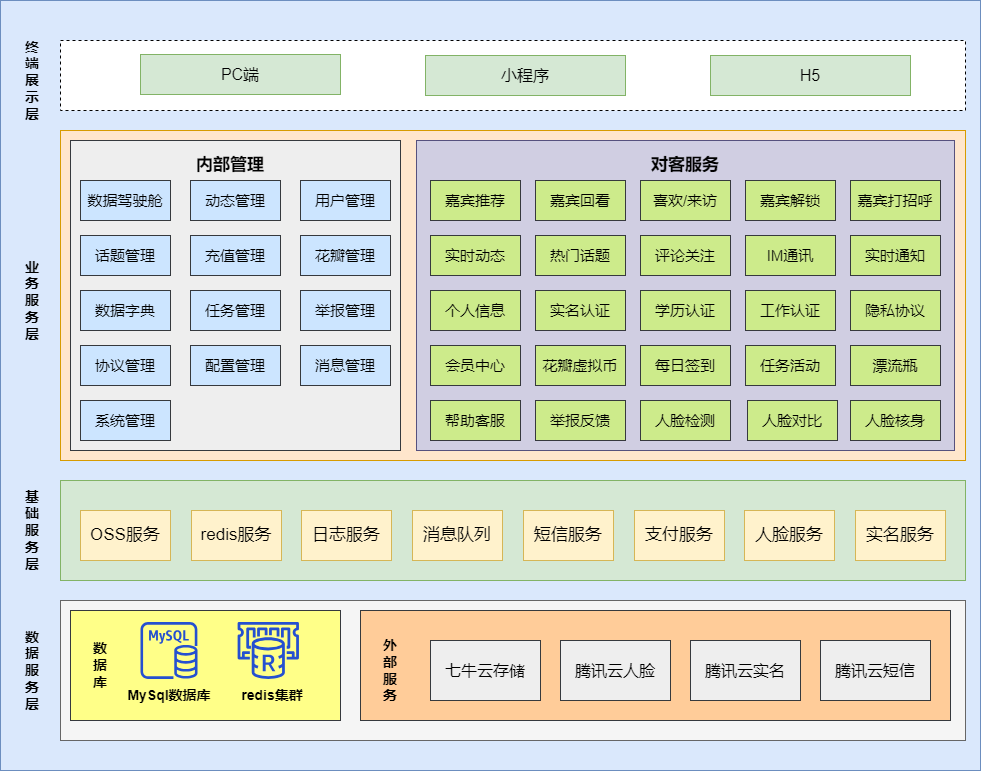
Earlier version of the draw.io export images/love-main.png (liuwei1993/linfeng). Source tidied: cells renumbered, new cells last; positions are measured from the earlier drawing's top-left corner, leaving out a move shared by most shapes.
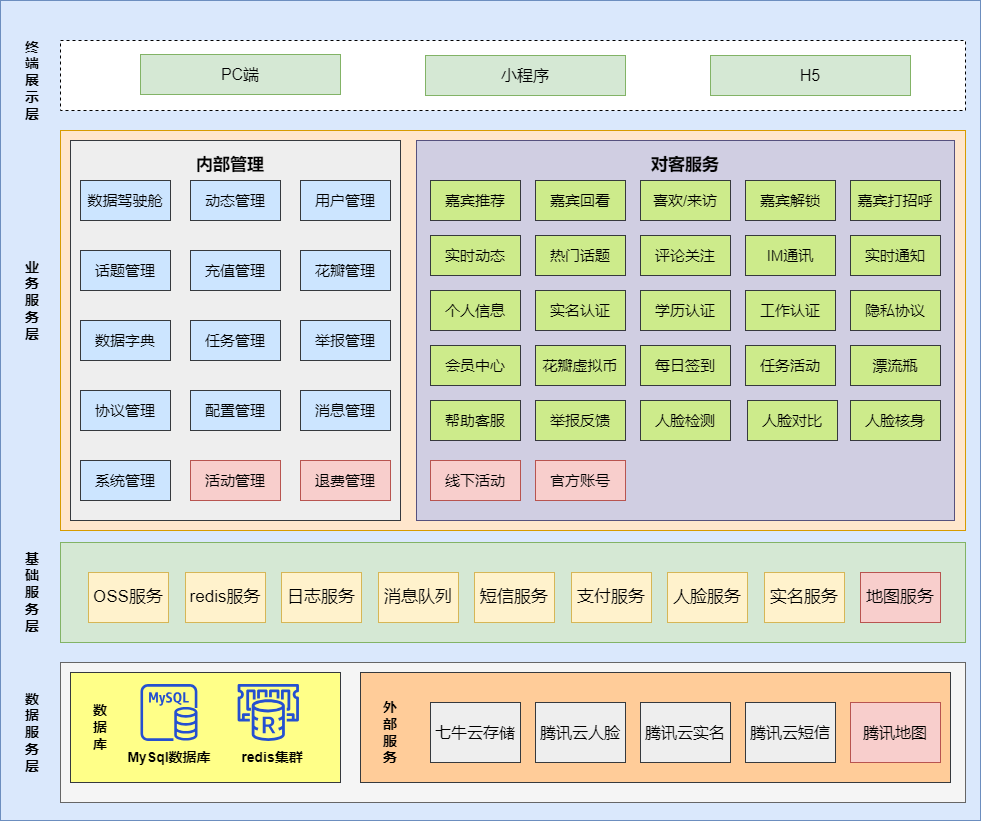
Later version of the same file.

The edit, as a diff of the source:
```diff
@@ -3,13 +3,13 @@
     <mxCell id="0" />
     <mxCell id="1" parent="0" />
     <mxCell id="2" style="rounded=0;whiteSpace=wrap;html=1;fillColor=#dae8fc;strokeColor=#6c8ebf;" parent="1" vertex="1">
-      <mxGeometry width="980" height="770" as="geometry" />
+      <mxGeometry width="980" height="820" as="geometry" />
     </mxCell>
     <mxCell id="3" style="rounded=0;whiteSpace=wrap;html=1;fillColor=#ffe6cc;strokeColor=#d79b00;labelBackgroundColor=none;" parent="1" vertex="1">
-      <mxGeometry x="60" y="130" width="905" height="330" as="geometry" />
+      <mxGeometry x="60" y="130" width="905" height="400" as="geometry" />
     </mxCell>
     <mxCell id="4" style="rounded=0;whiteSpace=wrap;html=1;fillColor=#d0cee2;strokeColor=#56517e;" parent="1" vertex="1">
-      <mxGeometry x="416" y="140" width="538" height="310" as="geometry" />
+      <mxGeometry x="416" y="140" width="538" height="380" as="geometry" />
     </mxCell>
     <mxCell id="5" style="rounded=0;whiteSpace=wrap;html=1;dashed=1;" parent="1" vertex="1">
       <mxGeometry x="60" y="40" width="905" height="70" as="geometry" />
@@ -30,10 +30,10 @@
       <mxGeometry x="22" y="285" width="20" height="30" as="geometry" />
     </mxCell>
     <mxCell id="11" value="&lt;div style=&quot;&quot;&gt;&lt;br&gt;&lt;/div&gt;" style="rounded=0;whiteSpace=wrap;html=1;fillColor=#eeeeee;strokeColor=#36393d;align=right;" parent="1" vertex="1">
-      <mxGeometry x="70" y="140" width="330" height="310" as="geometry" />
+      <mxGeometry x="70" y="140" width="330" height="380" as="geometry" />
     </mxCell>
     <mxCell id="12" value="花瓣管理" style="rounded=0;whiteSpace=wrap;html=1;fillColor=#cce5ff;strokeColor=#36393d;fontColor=default;labelBackgroundColor=none;fontSize=15;" parent="1" vertex="1">
-      <mxGeometry x="300" y="235" width="90" height="40" as="geometry" />
+      <mxGeometry x="300" y="250" width="90" height="40" as="geometry" />
     </mxCell>
     <mxCell id="13" value="&lt;font style=&quot;font-size: 17px;&quot;&gt;内部管理&lt;/font&gt;" style="text;strokeColor=none;align=center;fillColor=none;html=1;verticalAlign=middle;whiteSpace=wrap;rounded=0;fontColor=default;fontStyle=1;" parent="1" vertex="1">
       <mxGeometry x="190" y="150" width="80" height="30" as="geometry" />
@@ -42,28 +42,28 @@
       <mxGeometry x="190" y="180" width="90" height="40" as="geometry" />
     </mxCell>
     <mxCell id="15" value="话题管理" style="rounded=0;whiteSpace=wrap;html=1;fillColor=#cce5ff;strokeColor=#36393d;fontColor=default;labelBackgroundColor=none;fontSize=15;flipV=0;" parent="1" vertex="1">
-      <mxGeometry x="80" y="235" width="90" height="40" as="geometry" />
+      <mxGeometry x="80" y="250" width="90" height="40" as="geometry" />
     </mxCell>
     <mxCell id="16" value="用户管理" style="rounded=0;whiteSpace=wrap;html=1;fillColor=#cce5ff;strokeColor=#36393d;fontColor=default;labelBackgroundColor=none;fontSize=15;" parent="1" vertex="1">
       <mxGeometry x="300" y="180" width="90" height="40" as="geometry" />
     </mxCell>
     <mxCell id="17" value="任务管理" style="rounded=0;whiteSpace=wrap;html=1;fillColor=#cce5ff;strokeColor=#36393d;fontColor=default;labelBackgroundColor=none;fontSize=15;" parent="1" vertex="1">
-      <mxGeometry x="190" y="290" width="90" height="40" as="geometry" />
+      <mxGeometry x="190" y="320" width="90" height="40" as="geometry" />
     </mxCell>
     <mxCell id="18" value="配置管理" style="rounded=0;whiteSpace=wrap;html=1;fillColor=#cce5ff;strokeColor=#36393d;fontColor=default;labelBackgroundColor=none;fontSize=15;" parent="1" vertex="1">
-      <mxGeometry x="190" y="345" width="90" height="40" as="geometry" />
+      <mxGeometry x="190" y="390" width="90" height="40" as="geometry" />
     </mxCell>
     <mxCell id="19" value="系统管理" style="rounded=0;whiteSpace=wrap;html=1;fillColor=#cce5ff;strokeColor=#36393d;fontColor=default;labelBackgroundColor=none;fontSize=15;flipV=0;" parent="1" vertex="1">
-      <mxGeometry x="80" y="400" width="90" height="40" as="geometry" />
+      <mxGeometry x="80" y="460" width="90" height="40" as="geometry" />
     </mxCell>
     <mxCell id="20" value="消息管理" style="rounded=0;whiteSpace=wrap;html=1;fillColor=#cce5ff;strokeColor=#36393d;fontColor=default;labelBackgroundColor=none;fontSize=15;" parent="1" vertex="1">
-      <mxGeometry x="300" y="345" width="90" height="40" as="geometry" />
+      <mxGeometry x="300" y="390" width="90" height="40" as="geometry" />
     </mxCell>
     <mxCell id="21" value="举报管理" style="rounded=0;whiteSpace=wrap;html=1;fillColor=#cce5ff;strokeColor=#36393d;fontColor=default;labelBackgroundColor=none;fontSize=15;" parent="1" vertex="1">
-      <mxGeometry x="300" y="290" width="90" height="40" as="geometry" />
+      <mxGeometry x="300" y="320" width="90" height="40" as="geometry" />
     </mxCell>
     <mxCell id="22" value="充值管理" style="rounded=0;whiteSpace=wrap;html=1;fillColor=#cce5ff;strokeColor=#36393d;fontColor=default;labelBackgroundColor=none;fontSize=15;" parent="1" vertex="1">
-      <mxGeometry x="190" y="235" width="90" height="40" as="geometry" />
+      <mxGeometry x="190" y="250" width="90" height="40" as="geometry" />
     </mxCell>
     <mxCell id="23" value="嘉宾推荐" style="rounded=0;whiteSpace=wrap;html=1;fillColor=#cdeb8b;strokeColor=#36393d;labelBackgroundColor=none;fontSize=15;" parent="1" vertex="1">
       <mxGeometry x="430" y="180" width="90" height="40" as="geometry" />
@@ -129,10 +129,10 @@
       <mxGeometry x="80" y="180" width="90" height="40" as="geometry" />
     </mxCell>
     <mxCell id="44" value="数据字典" style="rounded=0;whiteSpace=wrap;html=1;fillColor=#cce5ff;strokeColor=#36393d;fontColor=default;labelBackgroundColor=none;fontSize=15;flipV=0;" parent="1" vertex="1">
-      <mxGeometry x="80" y="290" width="90" height="40" as="geometry" />
+      <mxGeometry x="80" y="320" width="90" height="40" as="geometry" />
     </mxCell>
     <mxCell id="45" value="协议管理" style="rounded=0;whiteSpace=wrap;html=1;fillColor=#cce5ff;strokeColor=#36393d;fontColor=default;labelBackgroundColor=none;fontSize=15;flipV=0;" parent="1" vertex="1">
-      <mxGeometry x="80" y="345" width="90" height="40" as="geometry" />
+      <mxGeometry x="80" y="390" width="90" height="40" as="geometry" />
     </mxCell>
     <mxCell id="46" value="热门话题" style="rounded=0;whiteSpace=wrap;html=1;fillColor=#cdeb8b;strokeColor=#36393d;labelBackgroundColor=none;fontSize=15;" parent="1" vertex="1">
       <mxGeometry x="535" y="235" width="90" height="40" as="geometry" />
@@ -144,73 +144,73 @@
       <mxGeometry x="645" y="150" width="80" height="30" as="geometry" />
     </mxCell>
     <mxCell id="49" style="rounded=0;whiteSpace=wrap;html=1;fillColor=#d5e8d4;strokeColor=#82b366;" parent="1" vertex="1">
-      <mxGeometry x="60" y="480" width="905" height="100" as="geometry" />
+      <mxGeometry x="60" y="542" width="905" height="100" as="geometry" />
     </mxCell>
     <mxCell id="50" value="OSS服务" style="rounded=0;whiteSpace=wrap;html=1;fontSize=17;fillColor=#fff2cc;strokeColor=#d6b656;" parent="1" vertex="1">
-      <mxGeometry x="80" y="510" width="90" height="50" as="geometry" />
+      <mxGeometry x="88" y="572" width="80" height="50" as="geometry" />
     </mxCell>
     <mxCell id="51" value="redis服务" style="rounded=0;whiteSpace=wrap;html=1;fontSize=17;fillColor=#fff2cc;strokeColor=#d6b656;" parent="1" vertex="1">
-      <mxGeometry x="191" y="510" width="90" height="50" as="geometry" />
+      <mxGeometry x="185" y="572" width="80" height="50" as="geometry" />
     </mxCell>
     <mxCell id="52" value="日志服务" style="rounded=0;whiteSpace=wrap;html=1;fontSize=17;fillColor=#fff2cc;strokeColor=#d6b656;" parent="1" vertex="1">
-      <mxGeometry x="301" y="510" width="90" height="50" as="geometry" />
+      <mxGeometry x="281" y="572" width="80" height="50" as="geometry" />
     </mxCell>
     <mxCell id="53" value="消息队列" style="rounded=0;whiteSpace=wrap;html=1;fontSize=17;fillColor=#fff2cc;strokeColor=#d6b656;" parent="1" vertex="1">
-      <mxGeometry x="412" y="510" width="90" height="50" as="geometry" />
+      <mxGeometry x="378" y="572" width="80" height="50" as="geometry" />
     </mxCell>
     <mxCell id="54" value="短信服务" style="rounded=0;whiteSpace=wrap;html=1;fontSize=17;fillColor=#fff2cc;strokeColor=#d6b656;" parent="1" vertex="1">
-      <mxGeometry x="523" y="510" width="90" height="50" as="geometry" />
+      <mxGeometry x="474" y="572" width="80" height="50" as="geometry" />
     </mxCell>
     <mxCell id="55" value="支付服务" style="rounded=0;whiteSpace=wrap;html=1;fontSize=17;fillColor=#fff2cc;strokeColor=#d6b656;" parent="1" vertex="1">
-      <mxGeometry x="634" y="510" width="90" height="50" as="geometry" />
+      <mxGeometry x="571" y="572" width="80" height="50" as="geometry" />
     </mxCell>
     <mxCell id="56" value="实名服务" style="rounded=0;whiteSpace=wrap;html=1;fontSize=17;fillColor=#fff2cc;strokeColor=#d6b656;" parent="1" vertex="1">
-      <mxGeometry x="855" y="510" width="90" height="50" as="geometry" />
+      <mxGeometry x="764" y="572" width="80" height="50" as="geometry" />
     </mxCell>
     <mxCell id="57" value="&lt;font style=&quot;font-size: 14px;&quot;&gt;&lt;b&gt;基础服务层&lt;/b&gt;&lt;/font&gt;" style="text;strokeColor=none;align=center;fillColor=none;html=1;verticalAlign=middle;whiteSpace=wrap;rounded=0;flipV=0;" parent="1" vertex="1">
-      <mxGeometry x="22" y="515" width="20" height="30" as="geometry" />
+      <mxGeometry x="22" y="577" width="20" height="30" as="geometry" />
     </mxCell>
     <mxCell id="58" style="rounded=0;whiteSpace=wrap;html=1;fillColor=#f5f5f5;fontColor=#333333;strokeColor=#666666;" parent="1" vertex="1">
-      <mxGeometry x="60" y="600" width="905" height="140" as="geometry" />
+      <mxGeometry x="60" y="662" width="905" height="140" as="geometry" />
     </mxCell>
     <mxCell id="59" value="&lt;font style=&quot;font-size: 14px;&quot;&gt;&lt;b&gt;数据&lt;br&gt;服务层&lt;/b&gt;&lt;/font&gt;" style="text;strokeColor=none;align=center;fillColor=none;html=1;verticalAlign=middle;whiteSpace=wrap;rounded=0;flipV=0;" parent="1" vertex="1">
-      <mxGeometry x="22" y="655" width="20" height="30" as="geometry" />
+      <mxGeometry x="22" y="717" width="20" height="30" as="geometry" />
     </mxCell>
     <mxCell id="60" style="rounded=0;whiteSpace=wrap;html=1;fillColor=#ffff88;strokeColor=#36393d;" parent="1" vertex="1">
-      <mxGeometry x="70" y="610" width="270" height="110" as="geometry" />
+      <mxGeometry x="70" y="672" width="270" height="110" as="geometry" />
     </mxCell>
     <mxCell id="61" value="&lt;span style=&quot;font-size: 14px;&quot;&gt;&lt;b&gt;数据库&lt;/b&gt;&lt;/span&gt;" style="text;strokeColor=none;align=center;fillColor=none;html=1;verticalAlign=middle;whiteSpace=wrap;rounded=0;flipV=0;" parent="1" vertex="1">
-      <mxGeometry x="90" y="652.5" width="20" height="25" as="geometry" />
+      <mxGeometry x="90" y="714.5" width="20" height="25" as="geometry" />
     </mxCell>
     <mxCell id="62" style="sketch=0;fontColor=#232F3E;gradientColor=none;fillColor=#2550d0;strokeColor=none;dashed=0;verticalLabelPosition=bottom;verticalAlign=top;align=center;html=1;fontSize=12;fontStyle=0;shape=mxgraph.aws4.rds_mysql_instance;" parent="1" vertex="1">
-      <mxGeometry x="140" y="621.5" width="57" height="57" as="geometry" />
+      <mxGeometry x="140" y="683.5" width="57" height="57" as="geometry" />
     </mxCell>
     <mxCell id="63" style="sketch=0;fontColor=#232F3E;gradientColor=none;fillColor=#2550d0;strokeColor=none;dashed=0;verticalLabelPosition=bottom;verticalAlign=top;align=center;html=1;fontSize=12;fontStyle=0;shape=mxgraph.aws4.elasticache_for_redis;" parent="1" vertex="1">
-      <mxGeometry x="235.6" y="621.5" width="64.4" height="57" as="geometry" />
+      <mxGeometry x="235.6" y="683.5" width="64.4" height="57" as="geometry" />
     </mxCell>
     <mxCell id="64" value="&lt;span style=&quot;font-size: 14px;&quot;&gt;&lt;b&gt;MySql数据库&lt;/b&gt;&lt;/span&gt;" style="text;strokeColor=none;align=center;fillColor=none;html=1;verticalAlign=middle;whiteSpace=wrap;rounded=0;flipV=0;" parent="1" vertex="1">
-      <mxGeometry x="123.5" y="682.2" width="90" height="25" as="geometry" />
+      <mxGeometry x="123.5" y="744.2" width="90" height="25" as="geometry" />
     </mxCell>
     <mxCell id="65" value="&lt;span style=&quot;font-size: 14px;&quot;&gt;&lt;b&gt;redis集群&lt;/b&gt;&lt;/span&gt;" style="text;strokeColor=none;align=center;fillColor=none;html=1;verticalAlign=middle;whiteSpace=wrap;rounded=0;flipV=0;" parent="1" vertex="1">
-      <mxGeometry x="227.2" y="682.2" width="90" height="25" as="geometry" />
+      <mxGeometry x="227.2" y="744.2" width="90" height="25" as="geometry" />
     </mxCell>
     <mxCell id="66" style="rounded=0;whiteSpace=wrap;html=1;fillColor=#ffcc99;strokeColor=#36393d;" parent="1" vertex="1">
-      <mxGeometry x="360" y="610" width="590" height="110" as="geometry" />
+      <mxGeometry x="360" y="672" width="590" height="110" as="geometry" />
     </mxCell>
     <mxCell id="67" value="&lt;span style=&quot;font-size: 14px;&quot;&gt;&lt;b&gt;外部服务&lt;/b&gt;&lt;/span&gt;" style="text;strokeColor=none;align=center;fillColor=none;html=1;verticalAlign=middle;whiteSpace=wrap;rounded=0;flipV=0;" parent="1" vertex="1">
-      <mxGeometry x="380" y="657.5" width="20" height="25" as="geometry" />
+      <mxGeometry x="380" y="719.5" width="20" height="25" as="geometry" />
     </mxCell>
     <mxCell id="68" value="七牛云存储" style="rounded=0;whiteSpace=wrap;html=1;fontSize=16;fillColor=#eeeeee;strokeColor=#36393d;flipH=1;" parent="1" vertex="1">
-      <mxGeometry x="430" y="640" width="110" height="60" as="geometry" />
+      <mxGeometry x="430" y="702" width="90" height="60" as="geometry" />
     </mxCell>
     <mxCell id="69" value="腾讯云人脸" style="rounded=0;whiteSpace=wrap;html=1;fontSize=16;fillColor=#eeeeee;strokeColor=#36393d;flipH=1;" parent="1" vertex="1">
-      <mxGeometry x="560" y="640" width="110" height="60" as="geometry" />
+      <mxGeometry x="535" y="702" width="90" height="60" as="geometry" />
     </mxCell>
     <mxCell id="70" value="腾讯云短信" style="rounded=0;whiteSpace=wrap;html=1;fontSize=16;fillColor=#eeeeee;strokeColor=#36393d;flipH=1;" parent="1" vertex="1">
-      <mxGeometry x="820" y="640" width="110" height="60" as="geometry" />
+      <mxGeometry x="745" y="702" width="90" height="60" as="geometry" />
     </mxCell>
     <mxCell id="71" value="腾讯云实名" style="rounded=0;whiteSpace=wrap;html=1;fontSize=16;fillColor=#eeeeee;strokeColor=#36393d;flipH=1;" parent="1" vertex="1">
-      <mxGeometry x="690" y="640" width="110" height="60" as="geometry" />
+      <mxGeometry x="640" y="702" width="90" height="60" as="geometry" />
     </mxCell>
     <mxCell id="72" value="人脸检测" style="rounded=0;whiteSpace=wrap;html=1;fillColor=#cdeb8b;strokeColor=#36393d;labelBackgroundColor=none;fontSize=15;" parent="1" vertex="1">
       <mxGeometry x="640" y="400" width="90" height="40" as="geometry" />
@@ -222,7 +222,25 @@
       <mxGeometry x="850" y="400" width="90" height="40" as="geometry" />
     </mxCell>
     <mxCell id="75" value="人脸服务" style="rounded=0;whiteSpace=wrap;html=1;fontSize=17;fillColor=#fff2cc;strokeColor=#d6b656;" parent="1" vertex="1">
-      <mxGeometry x="744" y="510" width="90" height="50" as="geometry" />
+      <mxGeometry x="667" y="572" width="80" height="50" as="geometry" />
     </mxCell>
+    <mxCell id="76" value="活动管理" style="rounded=0;whiteSpace=wrap;html=1;fillColor=#f8cecc;strokeColor=#b85450;labelBackgroundColor=none;fontSize=15;flipV=0;" parent="1" vertex="1">
+      <mxGeometry x="190" y="460" width="90" height="40" as="geometry" />
+    </mxCell>
+    <mxCell id="77" value="退费管理" style="rounded=0;whiteSpace=wrap;html=1;fillColor=#f8cecc;strokeColor=#b85450;labelBackgroundColor=none;fontSize=15;flipV=0;" parent="1" vertex="1">
+      <mxGeometry x="300" y="460" width="90" height="40" as="geometry" />
+    </mxCell>
+    <mxCell id="78" value="线下活动" style="rounded=0;whiteSpace=wrap;html=1;fillColor=#f8cecc;strokeColor=#b85450;labelBackgroundColor=none;fontSize=15;" parent="1" vertex="1">
+      <mxGeometry x="430" y="460" width="90" height="40" as="geometry" />
+    </mxCell>
+    <mxCell id="79" value="地图服务" style="rounded=0;whiteSpace=wrap;html=1;fontSize=17;fillColor=#f8cecc;strokeColor=#b85450;" parent="1" vertex="1">
+      <mxGeometry x="860" y="572" width="80" height="50" as="geometry" />
+    </mxCell>
+    <mxCell id="80" value="官方账号" style="rounded=0;whiteSpace=wrap;html=1;fillColor=#f8cecc;strokeColor=#b85450;labelBackgroundColor=none;fontSize=15;" parent="1" vertex="1">
+      <mxGeometry x="535" y="460" width="90" height="40" as="geometry" />
+    </mxCell>
+    <mxCell id="81" value="腾讯地图" style="rounded=0;whiteSpace=wrap;html=1;fontSize=16;fillColor=#f8cecc;strokeColor=#b85450;flipH=1;" parent="1" vertex="1">
+      <mxGeometry x="850" y="702" width="90" height="60" as="geometry" />
+    </mxCell>
   </root>
 </mxGraphModel>
```
